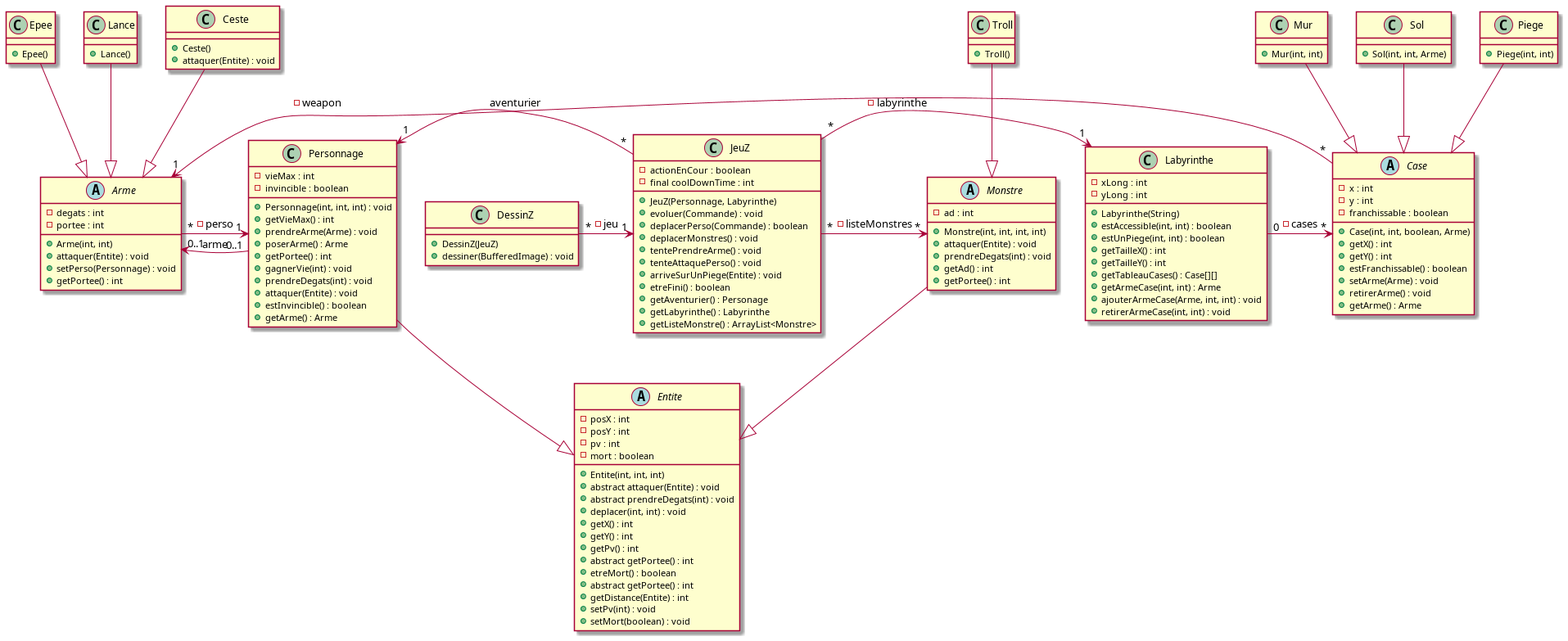
The PlantUML diagram documents/version_6/umlClasses.png in Alex-Michelet/2021_COO_Zeldiablo_Cordurie_Sacquard_Michelet_Kone_Becker, before a commit.
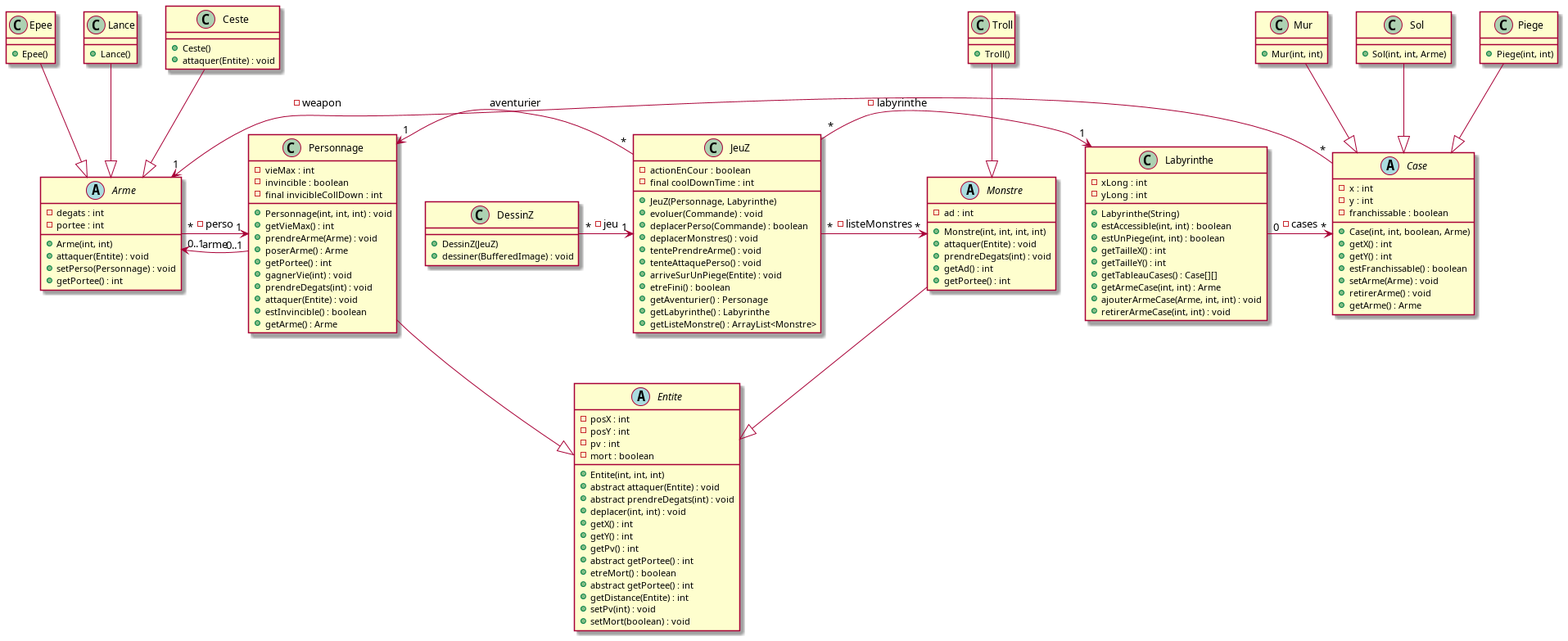
Later version of the same file.

Commit message:
Ajout attribut Personnage

The edit, as a diff of the source:
```diff
@@ -26,6 +26,7 @@
 class Personnage{
 - vieMax : int
 - invincible : boolean
+- final invicibleCollDown : int
 + Personnage(int, int, int) : void
 + getVieMax() : int
 + prendreArme(Arme) : void
```
